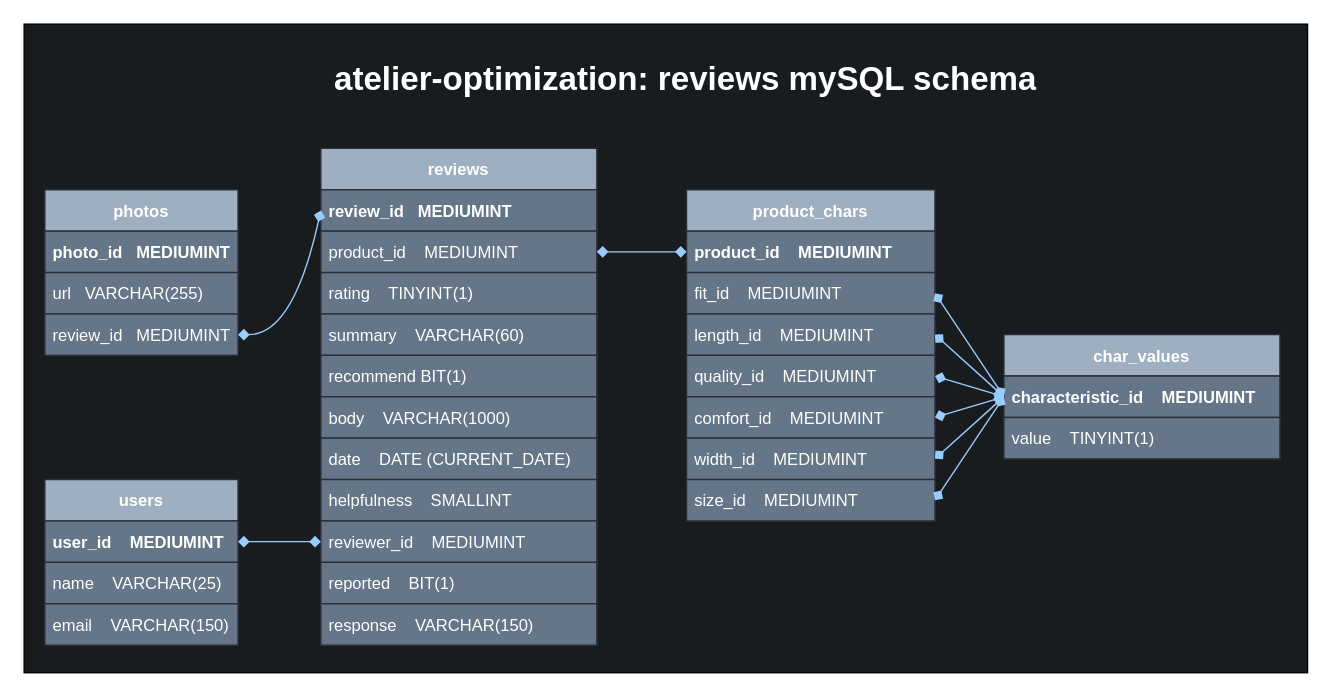
This is data_models/sql-model.drawio from Poplin-Devs/reviews-service, a draw.io file, before an edit. Source tidied: cells renumbered, new cells numbered last; positions are measured from the earlier drawing's top-left corner, leaving out a move shared by most shapes. Both pictures are drawn from the tidied source at 138%, with x=0, y=0 at pixel (23, 23).
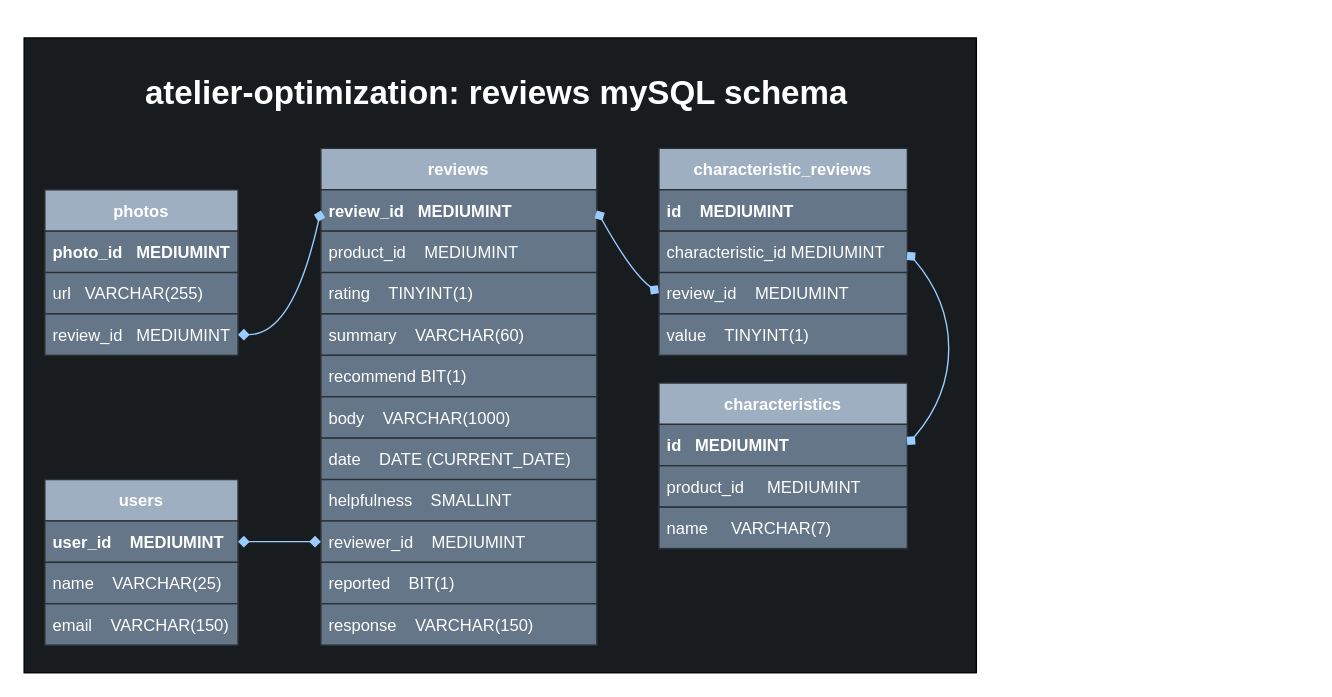
The same diagram, later.

The change refers to these unchanged cells:
```xml
<mxCell id="8" value="review_id   MEDIUMINT" style="text;align=left;verticalAlign=middle;spacingLeft=4;spacingRight=4;overflow=hidden;points=[[0,0.5],[1,0.5]];portConstraint=eastwest;fontStyle=1;fillColor=#647687;strokeColor=#2A2F36;fontColor=#ffffff;" parent="7" vertex="1">
  <mxGeometry y="30" width="200" height="30" as="geometry" />
</mxCell>
<mxCell id="9" value="product_id    MEDIUMINT" style="text;align=left;verticalAlign=middle;spacingLeft=4;spacingRight=4;overflow=hidden;points=[[0,0.5],[1,0.5]];portConstraint=eastwest;fillColor=#647687;strokeColor=#2A2F36;fontColor=#ffffff;" parent="7" vertex="1">
  <mxGeometry y="60" width="200" height="30" as="geometry" />
</mxCell>
```

Diff of the diagram source:
```diff
@@
     <mxCell id="2" style="rounded=0;whiteSpace=wrap;html=1;strokeColor=#000000;fillColor=#191C1F;" parent="1" vertex="1">
-      <mxGeometry width="930" height="470" as="geometry" />
+      <mxGeometry y="10" width="690" height="460" as="geometry" />
     </mxCell>
@@
-    <mxCell id="25" value="char_values" style="swimlane;fontStyle=1;horizontal=1;startSize=30;fillColor=#9FAFC2;strokeColor=#2A2F36;fontColor=#ffffff;" parent="1" vertex="1">
-      <mxGeometry x="710" y="225" width="200" height="90" as="geometry" />
+    <mxCell id="25" value="characteristics" style="swimlane;fontStyle=1;horizontal=1;startSize=30;fillColor=#9FAFC2;strokeColor=#2A2F36;fontColor=#ffffff;" parent="1" vertex="1">
+      <mxGeometry x="460" y="260" width="180" height="120" as="geometry" />
     </mxCell>
-    <mxCell id="26" value="characteristic_id    MEDIUMINT" style="text;align=left;verticalAlign=middle;spacingLeft=4;spacingRight=4;overflow=hidden;points=[[0,0.5],[1,0.5]];portConstraint=eastwest;fontStyle=1;fillColor=#647687;strokeColor=#2A2F36;fontColor=#ffffff;" parent="25" vertex="1">
-      <mxGeometry y="30" width="200" height="30" as="geometry" />
+    <mxCell id="26" value="id   MEDIUMINT" style="text;align=left;verticalAlign=middle;spacingLeft=4;spacingRight=4;overflow=hidden;points=[[0,0.5],[1,0.5]];portConstraint=eastwest;fontStyle=1;fillColor=#647687;strokeColor=#2A2F36;fontColor=#ffffff;" parent="25" vertex="1">
+      <mxGeometry y="30" width="180" height="30" as="geometry" />
     </mxCell>
+    <mxCell id="44" value="product_id     MEDIUMINT" style="text;align=left;verticalAlign=middle;spacingLeft=4;spacingRight=4;overflow=hidden;fontStyle=0;fillColor=#647687;strokeColor=#2A2F36;fontColor=#ffffff;" parent="25" vertex="1">
+      <mxGeometry y="60" width="180" height="30" as="geometry" />
+    </mxCell>
-    <mxCell id="27" value="value    TINYINT(1)" style="text;align=left;verticalAlign=middle;spacingLeft=4;spacingRight=4;overflow=hidden;fillColor=#647687;strokeColor=#2A2F36;fontColor=#ffffff;" parent="25" vertex="1">
-      <mxGeometry y="60" width="200" height="30" as="geometry" />
+    <mxCell id="27" value="name     VARCHAR(7)" style="text;align=left;verticalAlign=middle;spacingLeft=4;spacingRight=4;overflow=hidden;fillColor=#647687;strokeColor=#2A2F36;fontColor=#ffffff;" parent="25" vertex="1">
+      <mxGeometry y="90" width="180" height="30" as="geometry" />
     </mxCell>
-    <mxCell id="28" value="product_chars" style="swimlane;fontStyle=1;horizontal=1;startSize=30;fillColor=#9FAFC2;strokeColor=#2A2F36;fontColor=#ffffff;" parent="1" vertex="1">
-      <mxGeometry x="480" y="120" width="180" height="240" as="geometry" />
+    <mxCell id="28" value="characteristic_reviews" style="swimlane;fontStyle=1;horizontal=1;startSize=30;fillColor=#9FAFC2;strokeColor=#2A2F36;fontColor=#ffffff;" parent="1" vertex="1">
+      <mxGeometry x="460" y="90" width="180" height="150" as="geometry" />
     </mxCell>
-    <mxCell id="29" value="product_id    MEDIUMINT" style="text;align=left;verticalAlign=middle;spacingLeft=4;spacingRight=4;overflow=hidden;points=[[0,0.5],[1,0.5]];portConstraint=eastwest;fontStyle=1;fillColor=#647687;strokeColor=#2A2F36;fontColor=#ffffff;" parent="28" vertex="1">
+    <mxCell id="29" value="id    MEDIUMINT    " style="text;align=left;verticalAlign=middle;spacingLeft=4;spacingRight=4;overflow=hidden;points=[[0,0.5],[1,0.5]];portConstraint=eastwest;fontStyle=1;fillColor=#647687;strokeColor=#2A2F36;fontColor=#ffffff;" parent="28" vertex="1">
       <mxGeometry y="30" width="180" height="30" as="geometry" />
     </mxCell>
-    <mxCell id="30" value="fit_id    MEDIUMINT" style="text;align=left;verticalAlign=middle;spacingLeft=4;spacingRight=4;overflow=hidden;points=[[0,0.5],[1,0.5]];portConstraint=eastwest;fillColor=#647687;strokeColor=#2A2F36;fontColor=#ffffff;" parent="28" vertex="1">
+    <mxCell id="30" value="characteristic_id MEDIUMINT   " style="text;align=left;verticalAlign=middle;spacingLeft=4;spacingRight=4;overflow=hidden;points=[[0,0.5],[1,0.5]];portConstraint=eastwest;fillColor=#647687;strokeColor=#2A2F36;fontColor=#ffffff;" parent="28" vertex="1">
       <mxGeometry y="60" width="180" height="30" as="geometry" />
     </mxCell>
-    <mxCell id="31" value="length_id    MEDIUMINT" style="text;align=left;verticalAlign=middle;spacingLeft=4;spacingRight=4;overflow=hidden;points=[[0,0.5],[1,0.5]];portConstraint=eastwest;fillColor=#647687;strokeColor=#2A2F36;fontColor=#ffffff;" parent="28" vertex="1">
+    <mxCell id="31" value="review_id    MEDIUMINT" style="text;align=left;verticalAlign=middle;spacingLeft=4;spacingRight=4;overflow=hidden;points=[[0,0.5],[1,0.5]];portConstraint=eastwest;fillColor=#647687;strokeColor=#2A2F36;fontColor=#ffffff;" parent="28" vertex="1">
       <mxGeometry y="90" width="180" height="30" as="geometry" />
     </mxCell>
-    <mxCell id="32" value="quality_id    MEDIUMINT" style="text;align=left;verticalAlign=middle;spacingLeft=4;spacingRight=4;overflow=hidden;points=[[0,0.5],[1,0.5]];portConstraint=eastwest;fillColor=#647687;strokeColor=#2A2F36;fontColor=#ffffff;" parent="28" vertex="1">
+    <mxCell id="32" value="value    TINYINT(1)" style="text;align=left;verticalAlign=middle;spacingLeft=4;spacingRight=4;overflow=hidden;points=[[0,0.5],[1,0.5]];portConstraint=eastwest;fillColor=#647687;strokeColor=#2A2F36;fontColor=#ffffff;" parent="28" vertex="1">
       <mxGeometry y="120" width="180" height="30" as="geometry" />
     </mxCell>
-    <mxCell id="33" value="comfort_id    MEDIUMINT" style="text;align=left;verticalAlign=middle;spacingLeft=4;spacingRight=4;overflow=hidden;points=[[0,0.5],[1,0.5]];portConstraint=eastwest;fillColor=#647687;strokeColor=#2A2F36;fontColor=#ffffff;" parent="28" vertex="1">
-      <mxGeometry y="150" width="180" height="30" as="geometry" />
-    </mxCell>
-    <mxCell id="34" value="width_id    MEDIUMINT" style="text;align=left;verticalAlign=middle;spacingLeft=4;spacingRight=4;overflow=hidden;points=[[0,0.5],[1,0.5]];portConstraint=eastwest;fillColor=#647687;strokeColor=#2A2F36;fontColor=#ffffff;" parent="28" vertex="1">
-      <mxGeometry y="180" width="180" height="30" as="geometry" />
-    </mxCell>
-    <mxCell id="35" value="size_id    MEDIUMINT" style="text;align=left;verticalAlign=middle;spacingLeft=4;spacingRight=4;overflow=hidden;points=[[0,0.5],[1,0.5]];portConstraint=eastwest;fillColor=#647687;strokeColor=#2A2F36;fontColor=#ffffff;" parent="28" vertex="1">
-      <mxGeometry y="210" width="180" height="30" as="geometry" />
-    </mxCell>
     <mxCell id="36" value="&lt;h1&gt;atelier-optimization: reviews mySQL schema&lt;/h1&gt;&lt;p&gt;&lt;br&gt;&lt;/p&gt;" style="text;html=1;strokeColor=none;fillColor=none;spacing=5;spacingTop=-20;whiteSpace=wrap;overflow=hidden;rounded=0;fontColor=#FFFFFF;" parent="1" vertex="1">
-      <mxGeometry x="220" y="20" width="555" height="50" as="geometry" />
+      <mxGeometry x="82.5" y="30" width="555" height="50" as="geometry" />
     </mxCell>
-    <mxCell id="37" style="endArrow=diamond;startArrow=diamond;html=1;exitX=1;exitY=0.5;exitDx=0;exitDy=0;entryX=0;entryY=0.5;entryDx=0;entryDy=0;startFill=1;endFill=1;strokeColor=#99CCFF;" parent="1" edge="1" source="9" target="29">
-      <mxGeometry relative="1" as="geometry" />
+    <mxCell id="37" style="endArrow=diamond;startArrow=diamond;html=1;exitX=1;exitY=0.5;exitDx=0;exitDy=0;startFill=1;endFill=1;strokeColor=#99CCFF;entryX=0;entryY=0.5;entryDx=0;entryDy=0;curved=1;" parent="1" edge="1" source="8" target="31">
+      <mxGeometry relative="1" as="geometry">
+        <Array as="points">
+          <mxPoint x="440" y="180" />
+        </Array>
+      </mxGeometry>
     </mxCell>
-    <mxCell id="38" style="endArrow=diamond;startArrow=diamond;html=1;strokeColor=#99CCFF;entryX=1;entryY=0.5;entryDx=0;entryDy=0;exitX=0;exitY=0.5;exitDx=0;exitDy=0;startFill=1;endFill=1;" parent="1" edge="1" source="26" target="30">
-      <mxGeometry relative="1" as="geometry" />
+    <mxCell id="38" style="endArrow=diamond;startArrow=diamond;html=1;strokeColor=#99CCFF;entryX=1;entryY=0.5;entryDx=0;entryDy=0;exitX=1;exitY=0.5;exitDx=0;exitDy=0;startFill=1;endFill=1;curved=1;" parent="1" edge="1" source="26" target="30">
+      <mxGeometry relative="1" as="geometry">
+        <Array as="points">
+          <mxPoint x="670" y="270" />
+          <mxPoint x="670" y="200" />
+        </Array>
+      </mxGeometry>
     </mxCell>
-    <mxCell id="39" style="endArrow=diamond;startArrow=diamond;html=1;strokeColor=#99CCFF;entryX=1;entryY=0.5;entryDx=0;entryDy=0;startFill=1;endFill=1;exitX=0;exitY=0.5;exitDx=0;exitDy=0;" parent="1" edge="1" source="26" target="31">
-      <mxGeometry relative="1" as="geometry" />
-    </mxCell>
-    <mxCell id="40" style="endArrow=diamond;startArrow=diamond;html=1;strokeColor=#99CCFF;entryX=1;entryY=0.5;entryDx=0;entryDy=0;exitX=0;exitY=0.5;exitDx=0;exitDy=0;startFill=1;endFill=1;" parent="1" edge="1" source="26" target="32">
-      <mxGeometry relative="1" as="geometry" />
-    </mxCell>
-    <mxCell id="41" style="endArrow=diamond;startArrow=diamond;html=1;strokeColor=#99CCFF;entryX=1;entryY=0.5;entryDx=0;entryDy=0;exitX=0;exitY=0.5;exitDx=0;exitDy=0;startFill=1;endFill=1;" parent="1" edge="1" source="26" target="33">
-      <mxGeometry relative="1" as="geometry" />
-    </mxCell>
-    <mxCell id="42" style="endArrow=diamond;startArrow=diamond;html=1;strokeColor=#99CCFF;exitX=0;exitY=0.5;exitDx=0;exitDy=0;startFill=1;endFill=1;entryX=1;entryY=0.5;entryDx=0;entryDy=0;" parent="1" edge="1" source="26" target="34">
-      <mxGeometry relative="1" as="geometry" />
-    </mxCell>
-    <mxCell id="43" style="endArrow=diamond;startArrow=diamond;html=1;strokeColor=#99CCFF;exitX=0;exitY=0.5;exitDx=0;exitDy=0;startFill=1;endFill=1;entryX=1;entryY=0.5;entryDx=0;entryDy=0;" parent="1" edge="1" source="26" target="35">
-      <mxGeometry relative="1" as="geometry" />
-    </mxCell>
```
